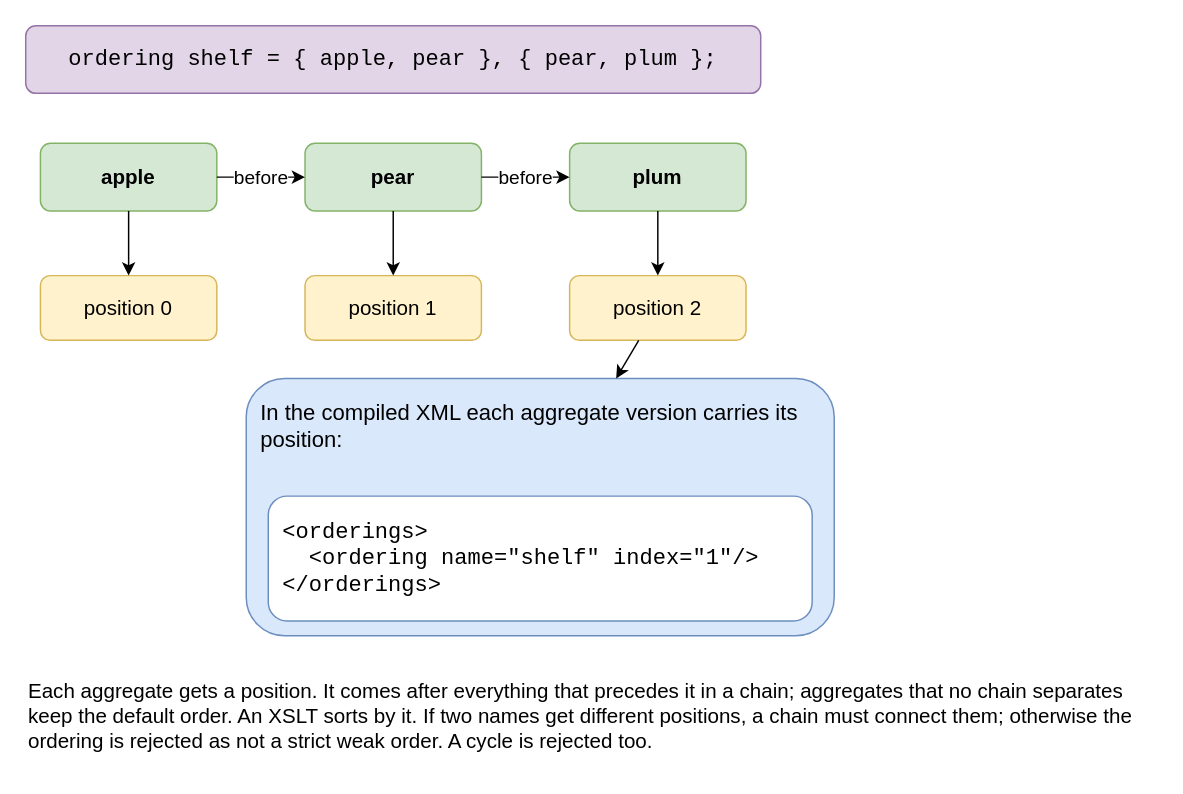
Above: drawio/16_ordering.drawio in goloveshin/galimatron_doc (draw.io), before the change. Source tidied: cells renumbered, new cells numbered last; positions are measured from the earlier drawing's top-left corner, leaving out a move shared by most shapes. Both pictures are drawn from the tidied source at 147%, with x=0, y=0 at pixel (25, 25).
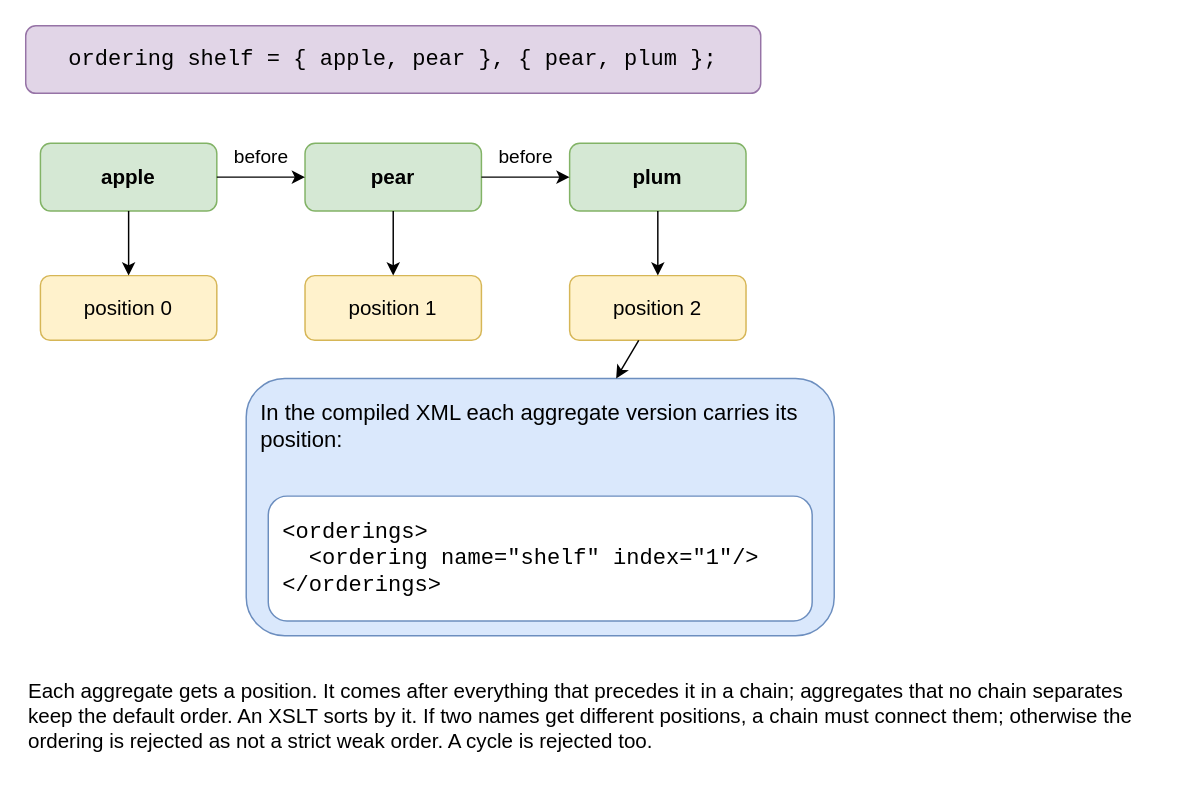
The same diagram, later.

The edit, as a diff of the source:
```diff
@@
 <mxGraphModel>
   <root>
     <mxCell id="0" />
     <mxCell id="1" parent="0" />
     <mxCell id="2" value="ordering shelf = { apple, pear }, { pear, plum };" style="rounded=1;whiteSpace=wrap;html=1;fillColor=#e1d5e7;strokeColor=#9673a6;fontFamily=Courier New;fontSize=15;" parent="1" vertex="1">
       <mxGeometry width="500" height="46" as="geometry" />
     </mxCell>
     <mxCell id="3" value="apple" style="rounded=1;whiteSpace=wrap;html=1;fillColor=#d5e8d4;strokeColor=#82b366;fontStyle=1;fontSize=14;" parent="1" vertex="1">
       <mxGeometry x="10" y="80" width="120" height="46" as="geometry" />
     </mxCell>
     <mxCell id="4" value="pear" style="rounded=1;whiteSpace=wrap;html=1;fillColor=#d5e8d4;strokeColor=#82b366;fontStyle=1;fontSize=14;" parent="1" vertex="1">
       <mxGeometry x="190" y="80" width="120" height="46" as="geometry" />
     </mxCell>
     <mxCell id="5" value="plum" style="rounded=1;whiteSpace=wrap;html=1;fillColor=#d5e8d4;strokeColor=#82b366;fontStyle=1;fontSize=14;" parent="1" vertex="1">
       <mxGeometry x="370" y="80" width="120" height="46" as="geometry" />
     </mxCell>
-    <mxCell id="6" value="before" style="endArrow=classic;html=1;labelBackgroundColor=#ffffff;edgeStyle=none;fontSize=13;" parent="1" edge="1" source="3" target="4">
-      <mxGeometry relative="1" as="geometry" />
+    <mxCell id="6" value="before" style="endArrow=classic;html=1;edgeStyle=none;fontSize=13;" parent="1" edge="1" source="3" target="4">
+      <mxGeometry relative="1" as="geometry">
+        <mxPoint y="-14" as="offset" />
+      </mxGeometry>
     </mxCell>
-    <mxCell id="7" value="before" style="endArrow=classic;html=1;labelBackgroundColor=#ffffff;edgeStyle=none;fontSize=13;" parent="1" edge="1" source="4" target="5">
-      <mxGeometry relative="1" as="geometry" />
+    <mxCell id="7" value="before" style="endArrow=classic;html=1;edgeStyle=none;fontSize=13;" parent="1" edge="1" source="4" target="5">
+      <mxGeometry relative="1" as="geometry">
+        <mxPoint y="-14" as="offset" />
+      </mxGeometry>
     </mxCell>
     <mxCell id="8" value="position 0" style="rounded=1;whiteSpace=wrap;html=1;fillColor=#fff2cc;strokeColor=#d6b656;fontSize=14;" parent="1" vertex="1">
       <mxGeometry x="10" y="170" width="120" height="44" as="geometry" />
     </mxCell>
     <mxCell id="9" value="position 1" style="rounded=1;whiteSpace=wrap;html=1;fillColor=#fff2cc;strokeColor=#d6b656;fontSize=14;" parent="1" vertex="1">
       <mxGeometry x="190" y="170" width="120" height="44" as="geometry" />
     </mxCell>
     <mxCell id="10" value="position 2" style="rounded=1;whiteSpace=wrap;html=1;fillColor=#fff2cc;strokeColor=#d6b656;fontSize=14;" parent="1" vertex="1">
       <mxGeometry x="370" y="170" width="120" height="44" as="geometry" />
     </mxCell>
     <mxCell id="11" style="endArrow=classic;html=1;labelBackgroundColor=#ffffff;edgeStyle=none;" parent="1" edge="1" source="3" target="8">
       <mxGeometry relative="1" as="geometry" />
     </mxCell>
     <mxCell id="12" style="endArrow=classic;html=1;labelBackgroundColor=#ffffff;edgeStyle=none;" parent="1" edge="1" source="4" target="9">
       <mxGeometry relative="1" as="geometry" />
     </mxCell>
     <mxCell id="13" style="endArrow=classic;html=1;labelBackgroundColor=#ffffff;edgeStyle=none;" parent="1" edge="1" source="5" target="10">
       <mxGeometry relative="1" as="geometry" />
     </mxCell>
     <mxCell id="14" value="In the compiled XML each aggregate version carries its position:" style="rounded=1;whiteSpace=wrap;html=1;fillColor=#dae8fc;strokeColor=#6c8ebf;fontSize=15;align=left;verticalAlign=top;spacingTop=8;spacingLeft=12;spacingRight=12;spacingLeft=8;spacingRight=8;" parent="1" vertex="1">
       <mxGeometry x="150" y="240" width="400" height="175" as="geometry" />
     </mxCell>
     <mxCell id="15" style="endArrow=classic;html=1;labelBackgroundColor=#ffffff;edgeStyle=none;" parent="1" edge="1" source="10" target="14">
       <mxGeometry relative="1" as="geometry" />
     </mxCell>
     <mxCell id="16" value="Each aggregate gets a position. It comes after everything that precedes it in a chain; aggregates that no chain separates keep the default order. An XSLT sorts by it. If two names get different positions, a chain must connect them; otherwise the ordering is rejected as not a strict weak order. A cycle is rejected too." style="text;html=1;whiteSpace=wrap;verticalAlign=middle;align=left;fontSize=14;" parent="1" vertex="1">
       <mxGeometry y="435" width="770" height="70" as="geometry" />
     </mxCell>
     <mxCell id="17" value="&amp;lt;orderings&amp;gt;&lt;br&gt;&amp;nbsp;&amp;nbsp;&amp;lt;ordering name=&quot;shelf&quot; index=&quot;1&quot;/&amp;gt;&lt;br&gt;&amp;lt;/orderings&amp;gt;" style="rounded=1;whiteSpace=wrap;html=1;fillColor=#ffffff;strokeColor=#6c8ebf;fontFamily=Courier New;fontSize=15;align=left;spacingLeft=8;" parent="1" vertex="1">
       <mxGeometry x="165" y="320" width="370" height="85" as="geometry" />
     </mxCell>
   </root>
 </mxGraphModel>
```
